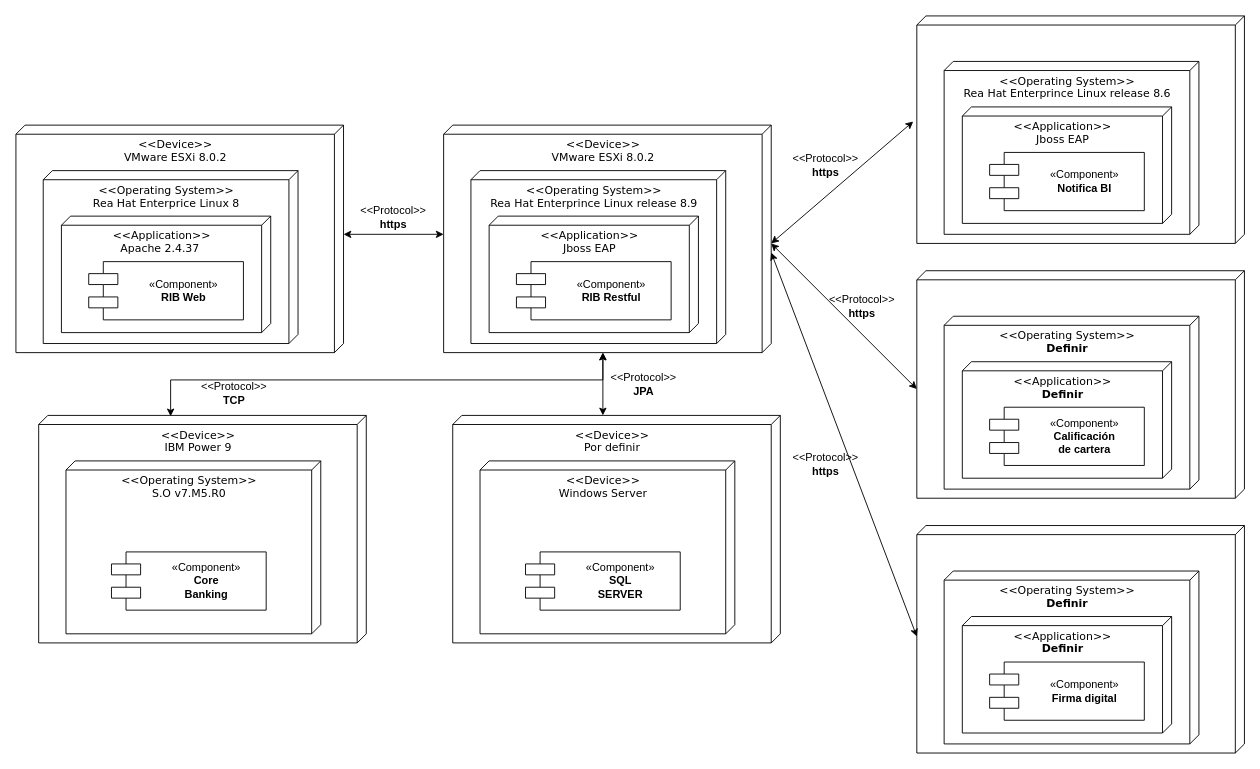
Before: DiagramaDespliegue.drawio in GonzaloDavid/diagramas, a draw.io diagram. Source tidied: cells renumbered, new cells numbered last; positions are measured from the earlier drawing's top-left corner, leaving out a move shared by most shapes. Both pictures are drawn from the tidied source at 91%, with x=0, y=0 at pixel (15, 15).
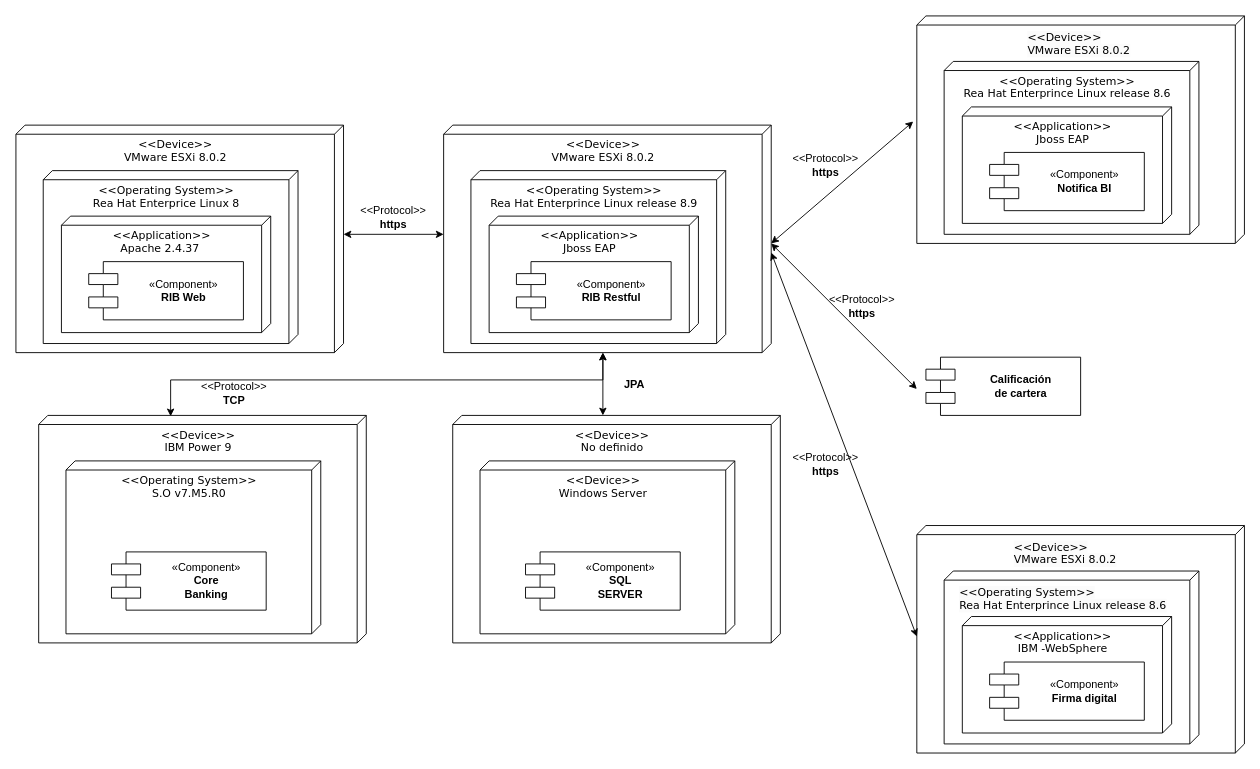
The same page after the edit.

Diff of the diagram source:
```diff
@@
-    <mxCell id="13" value="&amp;lt;&amp;lt;Protocol&amp;gt;&amp;gt;&lt;div&gt;&lt;b&gt;JPA&lt;/b&gt;&lt;/div&gt;" style="text;html=1;align=center;verticalAlign=middle;whiteSpace=wrap;rounded=0;" parent="1" vertex="1">
-      <mxGeometry x="660" y="390" width="60" height="30" as="geometry" />
+    <mxCell id="13" value="&lt;div&gt;&lt;b&gt;JPA&lt;/b&gt;&lt;/div&gt;" style="text;html=1;align=center;verticalAlign=middle;whiteSpace=wrap;rounded=0;" parent="1" vertex="1">
+      <mxGeometry x="650" y="390" width="60" height="30" as="geometry" />
     </mxCell>
@@
-    <mxCell id="19" value="&amp;lt;&amp;lt;Device&amp;gt;&amp;gt;&lt;div&gt;Por definir&lt;/div&gt;" style="verticalAlign=top;align=center;spacingTop=8;spacingLeft=2;spacingRight=12;shape=cube;size=10;direction=south;fontStyle=0;html=1;rounded=0;shadow=0;comic=0;labelBackgroundColor=none;strokeWidth=1;fontFamily=Verdana;fontSize=12;" parent="1" vertex="1">
+    <mxCell id="19" value="&amp;lt;&amp;lt;Device&amp;gt;&amp;gt;&lt;div&gt;No definido&lt;/div&gt;" style="verticalAlign=top;align=center;spacingTop=8;spacingLeft=2;spacingRight=12;shape=cube;size=10;direction=south;fontStyle=0;html=1;rounded=0;shadow=0;comic=0;labelBackgroundColor=none;strokeWidth=1;fontFamily=Verdana;fontSize=12;" parent="1" vertex="1">
       <mxGeometry x="480" y="439" width="360" height="250" as="geometry" />
     </mxCell>
@@
-    <mxCell id="26" style="verticalAlign=top;align=center;spacingTop=8;spacingLeft=2;spacingRight=12;shape=cube;size=10;direction=south;fontStyle=0;html=1;rounded=0;shadow=0;comic=0;labelBackgroundColor=none;strokeWidth=1;fontFamily=Verdana;fontSize=12;" parent="1" vertex="1">
-      <mxGeometry x="990" y="280" width="360" height="250" as="geometry" />
-    </mxCell>
-    <mxCell id="27" value="&amp;lt;&amp;lt;Operating System&amp;gt;&amp;gt;&lt;div&gt;&lt;b&gt;Definir&lt;/b&gt;&lt;/div&gt;" style="verticalAlign=top;align=center;spacingTop=8;spacingLeft=2;spacingRight=12;shape=cube;size=10;direction=south;fontStyle=0;html=1;rounded=0;shadow=0;comic=0;labelBackgroundColor=none;strokeWidth=1;fontFamily=Verdana;fontSize=12;" parent="1" vertex="1">
-      <mxGeometry x="1020" y="330" width="280" height="190" as="geometry" />
-    </mxCell>
-    <mxCell id="28" value="&lt;div&gt;&amp;lt;&amp;lt;Application&amp;gt;&amp;gt;&lt;/div&gt;&lt;div&gt;&lt;b&gt;Definir&lt;/b&gt;&lt;/div&gt;" style="verticalAlign=top;align=center;spacingTop=8;spacingLeft=2;spacingRight=12;shape=cube;size=10;direction=south;fontStyle=0;html=1;rounded=0;shadow=0;comic=0;labelBackgroundColor=none;strokeWidth=1;fontFamily=Verdana;fontSize=12;" parent="1" vertex="1">
-      <mxGeometry x="1040" y="380" width="230" height="128" as="geometry" />
-    </mxCell>
-    <mxCell id="29" value="&lt;div style=&quot;&quot;&gt;&lt;span style=&quot;font-family: Helvetica; text-wrap: wrap; background-color: initial;&quot;&gt;«Component»&lt;/span&gt;&lt;/div&gt;&lt;b style=&quot;font-family: Helvetica; text-wrap: wrap;&quot;&gt;&lt;div style=&quot;&quot;&gt;Calificación de cartera&lt;/div&gt;&lt;/b&gt;" style="shape=component;align=center;spacingLeft=37;rounded=0;shadow=0;comic=0;labelBackgroundColor=none;strokeWidth=1;fontFamily=Verdana;fontSize=12;html=1;verticalAlign=middle;" parent="1" vertex="1">
-      <mxGeometry x="1070" y="430" width="170" height="64" as="geometry" />
+    <mxCell id="29" value="&lt;div style=&quot;&quot;&gt;&lt;span style=&quot;font-family: Helvetica; text-wrap: wrap; font-weight: bold; background-color: initial;&quot;&gt;Calificación de cartera&lt;/span&gt;&lt;br&gt;&lt;/div&gt;" style="shape=component;align=center;spacingLeft=37;rounded=0;shadow=0;comic=0;labelBackgroundColor=none;strokeWidth=1;fontFamily=Verdana;fontSize=12;html=1;verticalAlign=middle;" parent="1" vertex="1">
+      <mxGeometry x="1000" y="375" width="170" height="64" as="geometry" />
     </mxCell>
@@
-    <mxCell id="31" value="&amp;lt;&amp;lt;Operating System&amp;gt;&amp;gt;&lt;div&gt;&lt;b&gt;Definir&lt;/b&gt;&lt;/div&gt;" style="verticalAlign=top;align=center;spacingTop=8;spacingLeft=2;spacingRight=12;shape=cube;size=10;direction=south;fontStyle=0;html=1;rounded=0;shadow=0;comic=0;labelBackgroundColor=none;strokeWidth=1;fontFamily=Verdana;fontSize=12;" parent="1" vertex="1">
+    <mxCell id="31" style="verticalAlign=top;align=center;spacingTop=8;spacingLeft=2;spacingRight=12;shape=cube;size=10;direction=south;fontStyle=0;html=1;rounded=0;shadow=0;comic=0;labelBackgroundColor=none;strokeWidth=1;fontFamily=Verdana;fontSize=12;" parent="1" vertex="1">
       <mxGeometry x="1020" y="610" width="280" height="190" as="geometry" />
     </mxCell>
-    <mxCell id="32" value="&lt;div&gt;&amp;lt;&amp;lt;Application&amp;gt;&amp;gt;&lt;/div&gt;&lt;div&gt;&lt;b&gt;Definir&lt;/b&gt;&lt;/div&gt;" style="verticalAlign=top;align=center;spacingTop=8;spacingLeft=2;spacingRight=12;shape=cube;size=10;direction=south;fontStyle=0;html=1;rounded=0;shadow=0;comic=0;labelBackgroundColor=none;strokeWidth=1;fontFamily=Verdana;fontSize=12;" parent="1" vertex="1">
+    <mxCell id="32" value="&lt;div&gt;&amp;lt;&amp;lt;Application&amp;gt;&amp;gt;&lt;/div&gt;&lt;div&gt;IBM -&lt;span style=&quot;background-color: initial;&quot;&gt;WebSphere&lt;/span&gt;&lt;/div&gt;" style="verticalAlign=top;align=center;spacingTop=8;spacingLeft=2;spacingRight=12;shape=cube;size=10;direction=south;fontStyle=0;html=1;rounded=0;shadow=0;comic=0;labelBackgroundColor=none;strokeWidth=1;fontFamily=Verdana;fontSize=12;" parent="1" vertex="1">
       <mxGeometry x="1040" y="660" width="230" height="128" as="geometry" />
     </mxCell>
@@
-    <mxCell id="35" style="endArrow=classic;startArrow=classic;html=1;rounded=0;entryX=0;entryY=0;entryDx=130;entryDy=360;entryPerimeter=0;" parent="1" edge="1" target="26">
+    <mxCell id="35" style="endArrow=classic;startArrow=classic;html=1;rounded=0;entryX=0;entryY=0;entryDx=130;entryDy=360;entryPerimeter=0;" parent="1" edge="1">
       <mxGeometry relative="1" as="geometry">
         <mxPoint x="830" y="250" as="sourcePoint" />
+        <mxPoint x="990" y="410" as="targetPoint" />
       </mxGeometry>
     </mxCell>
@@
+    <mxCell id="40" value="&lt;span style=&quot;color: rgb(0, 0, 0); font-family: Verdana; font-size: 12px; font-style: normal; font-variant-ligatures: normal; font-variant-caps: normal; font-weight: 400; letter-spacing: normal; orphans: 2; text-align: center; text-indent: 0px; text-transform: none; widows: 2; word-spacing: 0px; -webkit-text-stroke-width: 0px; white-space: nowrap; background-color: rgb(251, 251, 251); text-decoration-thickness: initial; text-decoration-style: initial; text-decoration-color: initial; display: inline !important; float: none;&quot;&gt;&amp;lt;&amp;lt;Device&amp;gt;&amp;gt;&lt;/span&gt;&lt;div style=&quot;forced-color-adjust: none; color: rgb(0, 0, 0); font-family: Verdana; font-size: 12px; font-style: normal; font-variant-ligatures: normal; font-variant-caps: normal; font-weight: 400; letter-spacing: normal; orphans: 2; text-align: center; text-indent: 0px; text-transform: none; widows: 2; word-spacing: 0px; -webkit-text-stroke-width: 0px; white-space: nowrap; background-color: rgb(251, 251, 251); text-decoration-thickness: initial; text-decoration-style: initial; text-decoration-color: initial;&quot;&gt;VMware ESXi 8.0.2&lt;/div&gt;" style="text;whiteSpace=wrap;html=1;" parent="1" vertex="1">
+      <mxGeometry x="1110" y="10" width="150" height="50" as="geometry" />
+    </mxCell>
+    <mxCell id="41" value="&lt;span style=&quot;color: rgb(0, 0, 0); font-family: Verdana; font-size: 12px; font-style: normal; font-variant-ligatures: normal; font-variant-caps: normal; font-weight: 400; letter-spacing: normal; orphans: 2; text-align: center; text-indent: 0px; text-transform: none; widows: 2; word-spacing: 0px; -webkit-text-stroke-width: 0px; white-space: nowrap; background-color: rgb(251, 251, 251); text-decoration-thickness: initial; text-decoration-style: initial; text-decoration-color: initial; display: inline !important; float: none;&quot;&gt;&amp;lt;&amp;lt;Device&amp;gt;&amp;gt;&lt;/span&gt;&lt;div style=&quot;forced-color-adjust: none; color: rgb(0, 0, 0); font-family: Verdana; font-size: 12px; font-style: normal; font-variant-ligatures: normal; font-variant-caps: normal; font-weight: 400; letter-spacing: normal; orphans: 2; text-align: center; text-indent: 0px; text-transform: none; widows: 2; word-spacing: 0px; -webkit-text-stroke-width: 0px; white-space: nowrap; background-color: rgb(251, 251, 251); text-decoration-thickness: initial; text-decoration-style: initial; text-decoration-color: initial;&quot;&gt;VMware ESXi 8.0.2&lt;/div&gt;" style="text;whiteSpace=wrap;html=1;" parent="1" vertex="1">
+      <mxGeometry x="1095" y="570" width="150" height="50" as="geometry" />
+    </mxCell>
+    <mxCell id="42" value="&lt;span style=&quot;color: rgb(0, 0, 0); font-family: Verdana; font-size: 12px; font-style: normal; font-variant-ligatures: normal; font-variant-caps: normal; font-weight: 400; letter-spacing: normal; orphans: 2; text-align: center; text-indent: 0px; text-transform: none; widows: 2; word-spacing: 0px; -webkit-text-stroke-width: 0px; white-space: nowrap; background-color: rgb(251, 251, 251); text-decoration-thickness: initial; text-decoration-style: initial; text-decoration-color: initial; display: inline !important; float: none;&quot;&gt;&amp;lt;&amp;lt;Operating System&amp;gt;&amp;gt;&lt;/span&gt;&lt;div style=&quot;forced-color-adjust: none; color: rgb(0, 0, 0); font-family: Verdana; font-size: 12px; font-style: normal; font-variant-ligatures: normal; font-variant-caps: normal; font-weight: 400; letter-spacing: normal; orphans: 2; text-align: center; text-indent: 0px; text-transform: none; widows: 2; word-spacing: 0px; -webkit-text-stroke-width: 0px; white-space: nowrap; background-color: rgb(251, 251, 251); text-decoration-thickness: initial; text-decoration-style: initial; text-decoration-color: initial;&quot;&gt;Rea Hat Enterprince Linux release 8.6&lt;/div&gt;" style="text;whiteSpace=wrap;html=1;" parent="1" vertex="1">
+      <mxGeometry x="1035" y="620" width="260" height="50" as="geometry" />
+    </mxCell>
```
